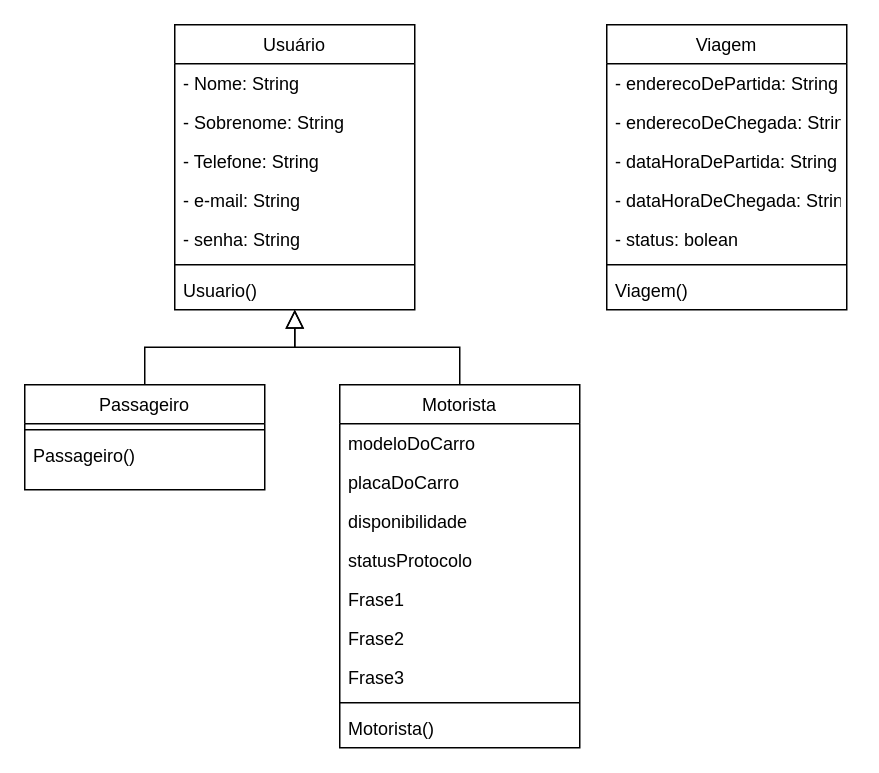
This is documentos/Entrega 1/Programação Orientada a Objetivos e Estrutura de Dados/Diagrama de Classe.drawio from 2025-1-NCC3/Projeto1, a draw.io file, before an edit. Source tidied: cells renumbered, new cells numbered last; positions are measured from the earlier drawing's top-left corner, leaving out a move shared by most shapes. Both pictures are drawn from the tidied source at 150%, with x=0, y=0 at pixel (24, 24).
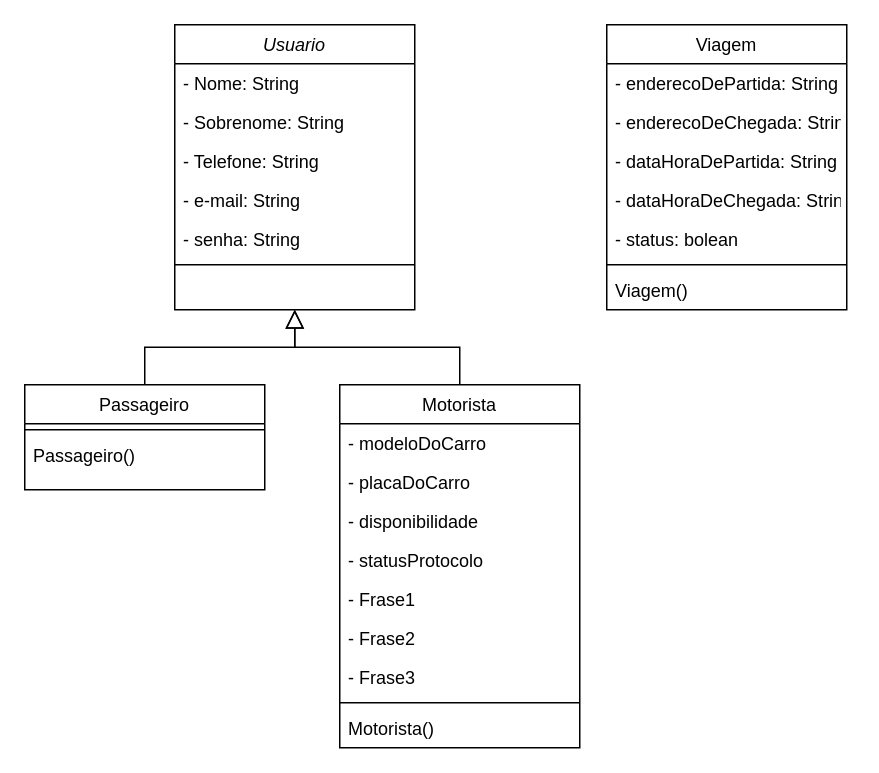
The same diagram, later.

The change refers to these unchanged cells:
```xml
<mxCell id="14" value="Motorista" style="swimlane;fontStyle=0;align=center;verticalAlign=top;horizontal=1;startSize=26;rounded=0;shadow=0;strokeWidth=1;" parent="1" vertex="1">
  <mxGeometry x="210" y="240" width="160" height="242" as="geometry" />
</mxCell>
```

Diff of the diagram source:
```diff
@@
-    <mxCell id="2" value="Usuário" style="swimlane;fontStyle=0;align=center;verticalAlign=top;horizontal=1;startSize=26;rounded=0;shadow=0;strokeWidth=1;" parent="1" vertex="1">
+    <mxCell id="2" value="Usuario" style="swimlane;fontStyle=2;align=center;verticalAlign=top;horizontal=1;startSize=26;rounded=0;shadow=0;strokeWidth=1;" parent="1" vertex="1">
       <mxGeometry x="100" width="160" height="190" as="geometry" />
     </mxCell>
@@
-    <mxCell id="9" value="Usuario() " style="text;align=left;verticalAlign=top;spacingLeft=4;spacingRight=4;overflow=hidden;" parent="2" vertex="1">
-      <mxGeometry y="164" width="160" height="26" as="geometry" />
-    </mxCell>
@@
-    <mxCell id="15" value="modeloDoCarro" style="text;align=left;verticalAlign=top;spacingLeft=4;spacingRight=4;overflow=hidden;" parent="14" vertex="1">
+    <mxCell id="15" value="- modeloDoCarro" style="text;align=left;verticalAlign=top;spacingLeft=4;spacingRight=4;overflow=hidden;" parent="14" vertex="1">
       <mxGeometry y="26" width="160" height="26" as="geometry" />
     </mxCell>
-    <mxCell id="16" value="placaDoCarro" style="text;align=left;verticalAlign=top;spacingLeft=4;spacingRight=4;overflow=hidden;" parent="14" vertex="1">
+    <mxCell id="16" value="- placaDoCarro" style="text;align=left;verticalAlign=top;spacingLeft=4;spacingRight=4;overflow=hidden;" parent="14" vertex="1">
       <mxGeometry y="52" width="160" height="26" as="geometry" />
     </mxCell>
-    <mxCell id="17" value="disponibilidade" style="text;align=left;verticalAlign=top;spacingLeft=4;spacingRight=4;overflow=hidden;" parent="14" vertex="1">
+    <mxCell id="17" value="- disponibilidade" style="text;align=left;verticalAlign=top;spacingLeft=4;spacingRight=4;overflow=hidden;" parent="14" vertex="1">
       <mxGeometry y="78" width="160" height="26" as="geometry" />
     </mxCell>
-    <mxCell id="18" value="statusProtocolo" style="text;align=left;verticalAlign=top;spacingLeft=4;spacingRight=4;overflow=hidden;" parent="14" vertex="1">
+    <mxCell id="18" value="- statusProtocolo" style="text;align=left;verticalAlign=top;spacingLeft=4;spacingRight=4;overflow=hidden;" parent="14" vertex="1">
       <mxGeometry y="104" width="160" height="26" as="geometry" />
     </mxCell>
-    <mxCell id="19" value="Frase1" style="text;align=left;verticalAlign=top;spacingLeft=4;spacingRight=4;overflow=hidden;" parent="14" vertex="1">
+    <mxCell id="19" value="- Frase1" style="text;align=left;verticalAlign=top;spacingLeft=4;spacingRight=4;overflow=hidden;" parent="14" vertex="1">
       <mxGeometry y="130" width="160" height="26" as="geometry" />
     </mxCell>
-    <mxCell id="20" value="Frase2" style="text;align=left;verticalAlign=top;spacingLeft=4;spacingRight=4;overflow=hidden;" parent="14" vertex="1">
+    <mxCell id="20" value="- Frase2" style="text;align=left;verticalAlign=top;spacingLeft=4;spacingRight=4;overflow=hidden;" parent="14" vertex="1">
       <mxGeometry y="156" width="160" height="26" as="geometry" />
     </mxCell>
-    <mxCell id="21" value="Frase3" style="text;align=left;verticalAlign=top;spacingLeft=4;spacingRight=4;overflow=hidden;" parent="14" vertex="1">
+    <mxCell id="21" value="- Frase3" style="text;align=left;verticalAlign=top;spacingLeft=4;spacingRight=4;overflow=hidden;" parent="14" vertex="1">
       <mxGeometry y="182" width="160" height="26" as="geometry" />
     </mxCell>
```
